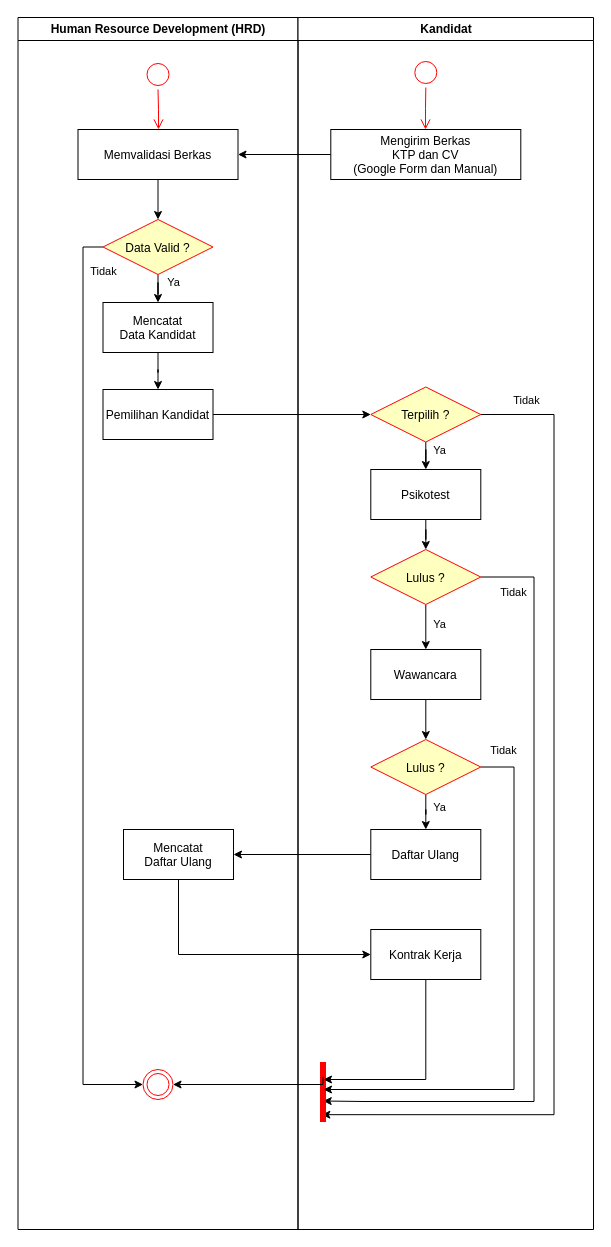
Before: Gambaran Umum.drawio in ceceprokani/Diagram-Skripsi, a draw.io diagram. Source tidied: cells renumbered, new cells numbered last; positions are measured from the earlier drawing's top-left corner, leaving out a move shared by most shapes. Both pictures are drawn from the tidied source at 100%, with x=0, y=0 at pixel (17, 17).
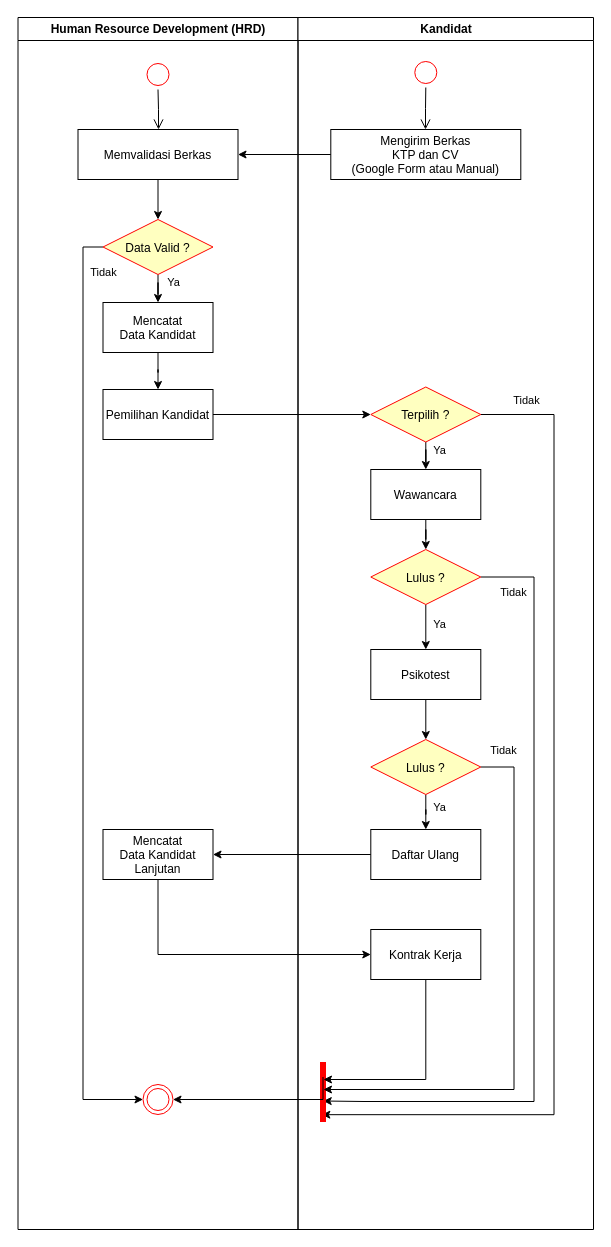
After the change.

Unchanged cells that the change refers to:
```xml
<mxCell id="2" value="Human Resource Development (HRD)" style="swimlane;whiteSpace=wrap;" parent="1" vertex="1">
  <mxGeometry x="0.5" width="280" height="1212" as="geometry" />
</mxCell>
<mxCell id="3" style="ellipse;shape=startState;fillColor=#FFFFFF;strokeColor=#ff0000;" parent="2" vertex="1">
  <mxGeometry x="125" y="42" width="30" height="30" as="geometry" />
</mxCell>
<mxCell id="14" value="Memvalidasi Berkas" parent="2" vertex="1">
  <mxGeometry x="60" y="112" width="160" height="50" as="geometry" />
</mxCell>
<mxCell id="17" value="Kandidat" style="swimlane;whiteSpace=wrap;" parent="1" vertex="1">
  <mxGeometry x="280.5" width="295.5" height="1212" as="geometry" />
</mxCell>
<mxCell id="18" style="ellipse;shape=startState;fillColor=#FFFFFF;strokeColor=#ff0000;" parent="17" vertex="1">
  <mxGeometry x="112.8" y="40" width="30" height="30" as="geometry" />
</mxCell>
<mxCell id="39" style="shape=line;strokeWidth=6;strokeColor=#ff0000;rotation=90;" parent="17" vertex="1">
  <mxGeometry x="-5" y="1067" width="60" height="15" as="geometry" />
</mxCell>
```

What changed in the source:
```diff
@@
     <mxCell id="6" style="ellipse;html=1;shape=endState;fillColor=#FFFFFF;strokeColor=#ff0000;" parent="2" vertex="1">
-      <mxGeometry x="125" y="1052" width="30" height="30" as="geometry" />
+      <mxGeometry x="125" y="1067" width="30" height="30" as="geometry" />
     </mxCell>
@@
-    <mxCell id="13" value="Mencatat&#10;Daftar Ulang" parent="2" vertex="1">
-      <mxGeometry x="105.5" y="812" width="110" height="50" as="geometry" />
+    <mxCell id="13" value="Mencatat&#10;Data Kandidat&#10;Lanjutan" parent="2" vertex="1">
+      <mxGeometry x="85" y="812" width="110" height="50" as="geometry" />
     </mxCell>
@@
-    <mxCell id="16" style="edgeStyle=elbowEdgeStyle;elbow=horizontal;verticalAlign=bottom;endArrow=open;endSize=8;strokeColor=#FF0000;endFill=1;rounded=0;" parent="2" edge="1" source="3" target="14">
+    <mxCell id="16" style="edgeStyle=elbowEdgeStyle;elbow=horizontal;verticalAlign=bottom;endArrow=open;endSize=8;strokeColor=#000000;endFill=1;rounded=0;" parent="2" edge="1" source="3" target="14">
       <mxGeometry x="100" y="40" as="geometry" />
     </mxCell>
@@
-    <mxCell id="19" style="edgeStyle=elbowEdgeStyle;elbow=horizontal;verticalAlign=bottom;endArrow=open;endSize=8;strokeColor=#FF0000;endFill=1;rounded=0;" parent="17" edge="1" source="18" target="38">
+    <mxCell id="19" style="edgeStyle=elbowEdgeStyle;elbow=horizontal;verticalAlign=bottom;endArrow=open;endSize=8;strokeColor=#000000;endFill=1;rounded=0;" parent="17" edge="1" source="18" target="38">
       <mxGeometry x="40" y="20" as="geometry" />
     </mxCell>
@@
-    <mxCell id="26" value="Psikotest" parent="17" vertex="1">
+    <mxCell id="26" value="Wawancara" parent="17" vertex="1">
       <mxGeometry x="72.8" y="452" width="110" height="50" as="geometry" />
     </mxCell>
@@
-    <mxCell id="33" value="Wawancara" parent="17" vertex="1">
+    <mxCell id="33" value="Psikotest" parent="17" vertex="1">
       <mxGeometry x="72.8" y="632" width="110" height="50" as="geometry" />
     </mxCell>
@@
-    <mxCell id="38" value="Mengirim Berkas&#10;KTP dan CV&#10;(Google Form dan Manual)" parent="17" vertex="1">
+    <mxCell id="38" value="Mengirim Berkas&#10;KTP dan CV&#10;(Google Form atau Manual)" parent="17" vertex="1">
       <mxGeometry x="32.8" y="112" width="190" height="50" as="geometry" />
     </mxCell>
@@
     <mxCell id="47" style="edgeStyle=orthogonalEdgeStyle;rounded=0;jettySize=auto;html=1;exitX=0.25;exitY=0.5;exitDx=0;exitDy=0;exitPerimeter=0;entryX=1;entryY=0.5;entryDx=0;entryDy=0;" parent="1" edge="1" source="39" target="6">
       <mxGeometry relative="1" as="geometry">
         <Array as="points">
-          <mxPoint x="305" y="1067" />
+          <mxPoint x="306" y="1082" />
         </Array>
       </mxGeometry>
     </mxCell>
```
